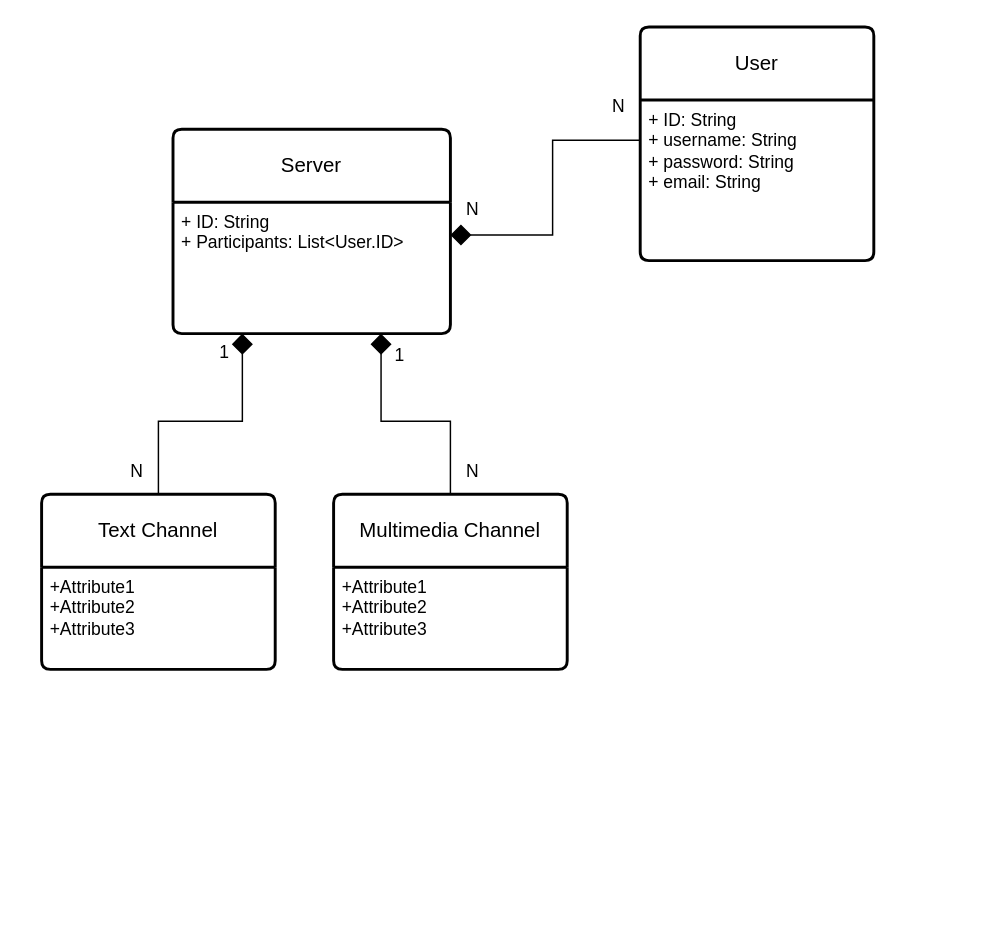
This is piperchat.drawio from zucchero-sintattico/piperchat, a draw.io file, before an edit. Source tidied: cells renumbered, new cells numbered last; positions are measured from the earlier drawing's top-left corner, leaving out a move shared by most shapes. Both pictures are drawn from the tidied source at 146%, with x=0, y=0 at pixel (41, 26).
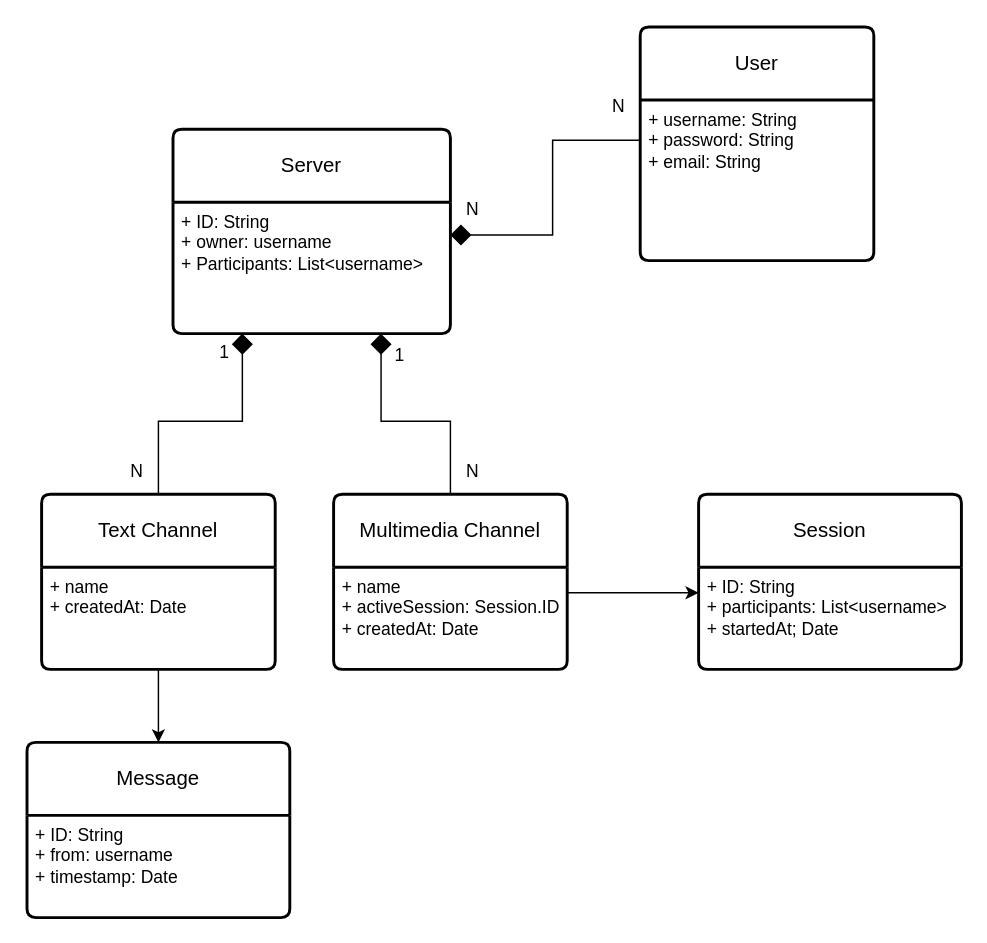
The same page after the edit.

The change refers to these unchanged cells:
```xml
<mxCell id="2" value="Server" style="swimlane;horizontal=1;startSize=50;rounded=1;fontSize=14;fontStyle=0;strokeWidth=2;shadow=0;dashed=0;align=center;arcSize=4;whiteSpace=wrap;html=1;" parent="1" vertex="1">
  <mxGeometry x="90" y="70" width="190" height="140" as="geometry" />
</mxCell>
<mxCell id="4" value="User" style="swimlane;horizontal=1;startSize=50;rounded=1;fontSize=14;fontStyle=0;strokeWidth=2;shadow=0;dashed=0;align=center;arcSize=4;whiteSpace=wrap;html=1;" parent="1" vertex="1">
  <mxGeometry x="410" width="160" height="160" as="geometry" />
</mxCell>
<mxCell id="7" value="Text Channel" style="swimlane;horizontal=1;startSize=50;rounded=1;fontSize=14;fontStyle=0;strokeWidth=2;shadow=0;dashed=0;align=center;arcSize=4;whiteSpace=wrap;html=1;" parent="1" vertex="1">
  <mxGeometry y="320" width="160" height="120" as="geometry" />
</mxCell>
<mxCell id="9" value="Multimedia Channel" style="swimlane;horizontal=1;startSize=50;rounded=1;fontSize=14;fontStyle=0;strokeWidth=2;shadow=0;dashed=0;align=center;arcSize=4;whiteSpace=wrap;html=1;" parent="1" vertex="1">
  <mxGeometry x="200" y="320" width="160" height="120" as="geometry" />
</mxCell>
```

Diff of the diagram source:
```diff
@@
-    <mxCell id="3" value="+ ID: String&lt;br&gt;+ Participants: List&amp;lt;User.ID&amp;gt;" style="align=left;strokeColor=none;fillColor=none;spacingLeft=4;fontSize=12;verticalAlign=top;html=1;" parent="2" vertex="1">
+    <mxCell id="3" value="+ ID: String&lt;br&gt;+ owner: username&lt;br&gt;+ Participants: List&amp;lt;username&amp;gt;" style="align=left;strokeColor=none;fillColor=none;spacingLeft=4;fontSize=12;verticalAlign=top;html=1;" parent="2" vertex="1">
       <mxGeometry y="50" width="190" height="90" as="geometry" />
     </mxCell>
@@
-    <mxCell id="5" value="+ ID: String&lt;br&gt;+ username: String&lt;br&gt;+ password: String&lt;br&gt;+ email: String&lt;br&gt;" style="align=left;strokeColor=none;fillColor=none;spacingLeft=4;fontSize=12;verticalAlign=top;html=1;" parent="4" vertex="1">
+    <mxCell id="5" value="+ username: String&lt;br&gt;+ password: String&lt;br&gt;+ email: String" style="align=left;strokeColor=none;fillColor=none;spacingLeft=4;fontSize=12;verticalAlign=top;html=1;" parent="4" vertex="1">
       <mxGeometry y="50" width="160" height="110" as="geometry" />
     </mxCell>
@@
-    <mxCell id="8" value="+Attribute1&#10;+Attribute2&#10;+Attribute3" style="align=left;strokeColor=none;fillColor=none;spacingLeft=4;fontSize=12;verticalAlign=top;html=1;" parent="7" vertex="1">
+    <mxCell id="8" value="+ name&lt;br&gt;+ createdAt: Date" style="align=left;strokeColor=none;fillColor=none;spacingLeft=4;fontSize=12;verticalAlign=top;html=1;" parent="7" vertex="1">
       <mxGeometry y="50" width="160" height="70" as="geometry" />
     </mxCell>
@@
-    <mxCell id="10" value="+Attribute1&#10;+Attribute2&#10;+Attribute3" style="align=left;strokeColor=none;fillColor=none;spacingLeft=4;fontSize=12;verticalAlign=top;html=1;" parent="9" vertex="1">
+    <mxCell id="10" value="+ name&lt;br&gt;+ activeSession: Session.ID&lt;br&gt;+ createdAt: Date" style="align=left;strokeColor=none;fillColor=none;spacingLeft=4;fontSize=12;verticalAlign=top;html=1;" parent="9" vertex="1">
       <mxGeometry y="50" width="160" height="70" as="geometry" />
     </mxCell>
@@
+    <mxCell id="19" value="Session" style="swimlane;horizontal=1;startSize=50;rounded=1;fontSize=14;fontStyle=0;strokeWidth=2;shadow=0;dashed=0;align=center;arcSize=4;whiteSpace=wrap;html=1;" parent="1" vertex="1">
+      <mxGeometry x="450" y="320" width="180" height="120" as="geometry" />
+    </mxCell>
+    <mxCell id="20" value="+ ID: String&lt;br&gt;+ participants: List&amp;lt;username&amp;gt;&lt;br&gt;+ startedAt; Date" style="align=left;strokeColor=none;fillColor=none;spacingLeft=4;fontSize=12;verticalAlign=top;html=1;" parent="19" vertex="1">
+      <mxGeometry y="50" width="180" height="70" as="geometry" />
+    </mxCell>
+    <mxCell id="21" style="edgeStyle=orthogonalEdgeStyle;rounded=0;jettySize=auto;html=1;exitX=1;exitY=0.25;exitDx=0;exitDy=0;entryX=0;entryY=0.25;entryDx=0;entryDy=0;" parent="1" edge="1" source="10" target="20">
+      <mxGeometry relative="1" as="geometry" />
+    </mxCell>
+    <mxCell id="22" value="Message" style="swimlane;horizontal=1;startSize=50;rounded=1;fontSize=14;fontStyle=0;strokeWidth=2;shadow=0;dashed=0;align=center;arcSize=4;whiteSpace=wrap;html=1;" parent="1" vertex="1">
+      <mxGeometry x="-10" y="490" width="180" height="120" as="geometry" />
+    </mxCell>
+    <mxCell id="23" value="+ ID: String&lt;br&gt;+ from: username&lt;br&gt;+ timestamp: Date" style="align=left;strokeColor=none;fillColor=none;spacingLeft=4;fontSize=12;verticalAlign=top;html=1;" parent="22" vertex="1">
+      <mxGeometry y="50" width="180" height="70" as="geometry" />
+    </mxCell>
+    <mxCell id="24" style="edgeStyle=orthogonalEdgeStyle;rounded=0;jettySize=auto;html=1;exitX=0.5;exitY=1;exitDx=0;exitDy=0;entryX=0.5;entryY=0;entryDx=0;entryDy=0;" parent="1" edge="1" source="8" target="22">
+      <mxGeometry relative="1" as="geometry" />
+    </mxCell>
```
